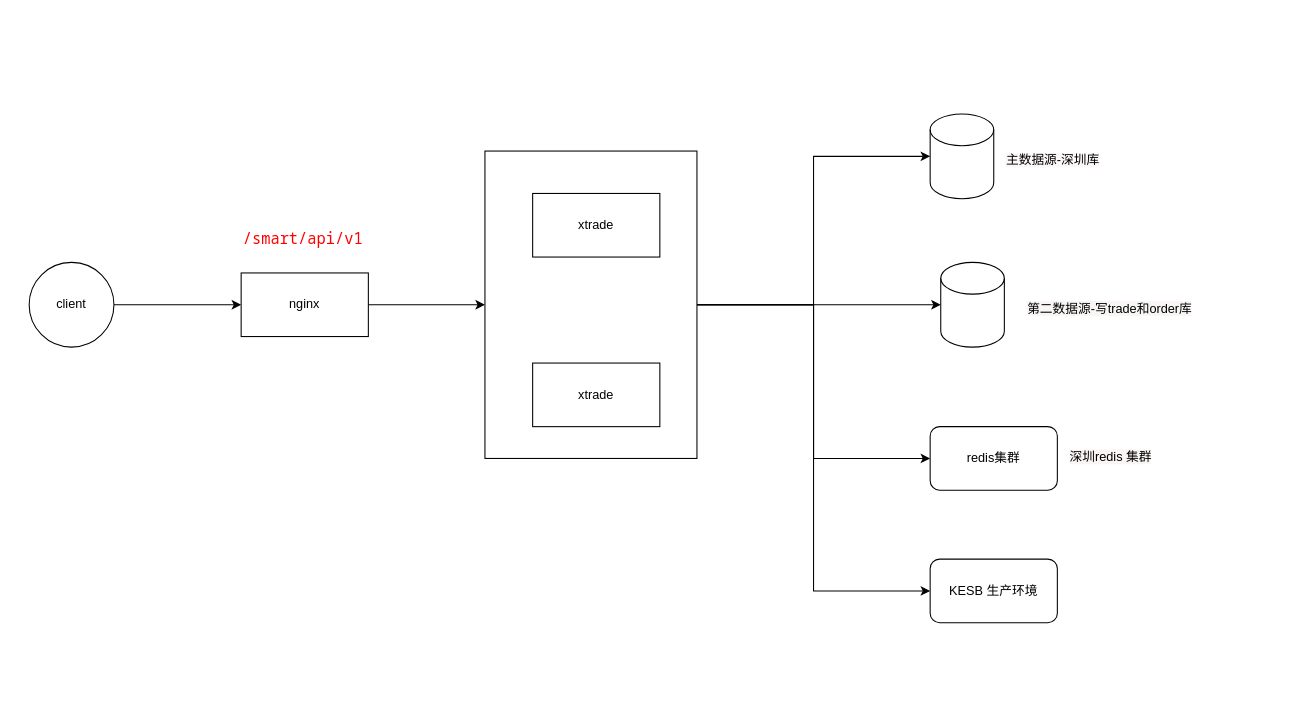
This is xtrade上线.drawio from 89780012/drawio, a draw.io file, before an edit. Source tidied: cells renumbered, new cells numbered last; positions are measured from the earlier drawing's top-left corner, leaving out a move shared by most shapes. Both pictures are drawn from the tidied source at 106%, with x=0, y=0 at pixel (29, 113).
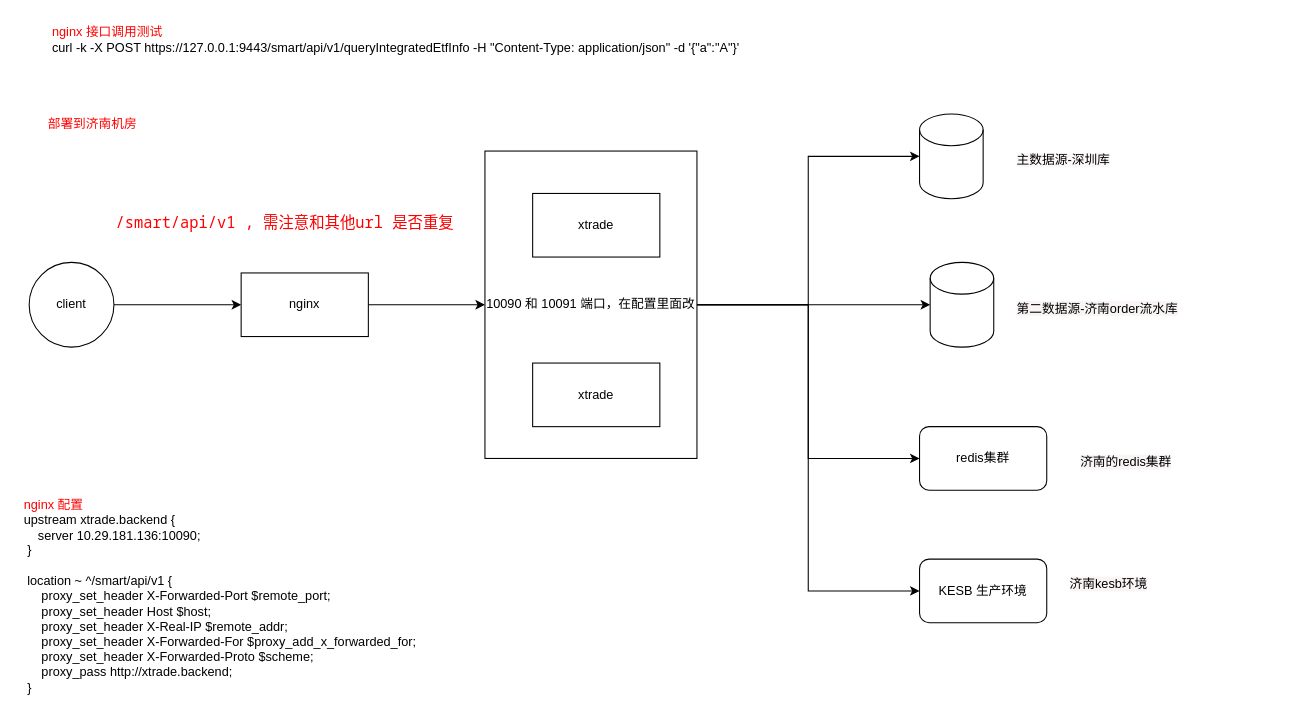
Above is the later version.

Diff of the diagram source:
```diff
@@
-    <mxCell id="10" style="rounded=0;whiteSpace=wrap;html=1;" parent="1" vertex="1">
+    <mxCell id="10" value="10090 和 10091 端口，在配置里面改" style="rounded=0;whiteSpace=wrap;html=1;" parent="1" vertex="1">
       <mxGeometry x="430" y="35" width="200" height="290" as="geometry" />
     </mxCell>
@@
-    <mxCell id="13" value="&lt;div style=&quot;font-family: &amp;quot;Cascadia Code&amp;quot;, &amp;quot;Noto Sans Mono&amp;quot;, &amp;quot;Courier New&amp;quot;, &amp;quot;Noto Sans CJK SC&amp;quot;, 微软雅黑, Consolas, &amp;quot;Courier New&amp;quot;, monospace; font-weight: normal; font-size: 14.5px; line-height: 20px; white-space: pre;&quot;&gt;&lt;div style=&quot;&quot;&gt;&lt;span style=&quot;background-color: light-dark(#ffffff, var(--ge-dark-color, #121212));&quot;&gt;&lt;font style=&quot;color: rgb(255, 0, 0);&quot;&gt;/smart/api/v1&lt;/font&gt;&lt;/span&gt;&lt;/div&gt;&lt;/div&gt;" style="text;whiteSpace=wrap;html=1;" parent="1" vertex="1">
-      <mxGeometry x="200" y="100" width="140" height="40" as="geometry" />
+    <mxCell id="13" value="&lt;div style=&quot;font-family: &amp;quot;Cascadia Code&amp;quot;, &amp;quot;Noto Sans Mono&amp;quot;, &amp;quot;Courier New&amp;quot;, &amp;quot;Noto Sans CJK SC&amp;quot;, 微软雅黑, Consolas, &amp;quot;Courier New&amp;quot;, monospace; font-weight: normal; font-size: 14.5px; line-height: 20px; white-space: pre;&quot;&gt;&lt;div style=&quot;&quot;&gt;&lt;span style=&quot;background-color: light-dark(#ffffff, var(--ge-dark-color, #121212));&quot;&gt;&lt;font style=&quot;color: rgb(255, 0, 0);&quot;&gt;/smart/api/v1 , 需注意和其他url 是否重复&lt;/font&gt;&lt;/span&gt;&lt;/div&gt;&lt;/div&gt;" style="text;whiteSpace=wrap;html=1;" parent="1" vertex="1">
+      <mxGeometry x="80" y="85" width="140" height="40" as="geometry" />
     </mxCell>
     <mxCell id="14" style="shape=cylinder3;whiteSpace=wrap;html=1;boundedLbl=1;backgroundOutline=1;size=15;" parent="1" vertex="1">
-      <mxGeometry x="850" width="60" height="80" as="geometry" />
+      <mxGeometry x="840" width="60" height="80" as="geometry" />
     </mxCell>
     <mxCell id="15" style="shape=cylinder3;whiteSpace=wrap;html=1;boundedLbl=1;backgroundOutline=1;size=15;" parent="1" vertex="1">
-      <mxGeometry x="860" y="140" width="60" height="80" as="geometry" />
+      <mxGeometry x="850" y="140" width="60" height="80" as="geometry" />
     </mxCell>
-    <mxCell id="16" value="&lt;span style=&quot;color: rgb(0, 0, 0); font-family: Helvetica; font-size: 12px; font-style: normal; font-variant-ligatures: normal; font-variant-caps: normal; font-weight: 400; letter-spacing: normal; orphans: 2; text-align: center; text-indent: 0px; text-transform: none; widows: 2; word-spacing: 0px; -webkit-text-stroke-width: 0px; white-space: normal; text-decoration-thickness: initial; text-decoration-style: initial; text-decoration-color: initial; float: none; background-color: light-dark(rgb(249, 245, 245), rgb(34, 34, 34)); display: inline !important;&quot;&gt;第二数据源-写trade和order库&lt;/span&gt;" style="text;whiteSpace=wrap;html=1;" parent="1" vertex="1">
-      <mxGeometry x="940" y="170" width="190" height="40" as="geometry" />
+    <mxCell id="16" value="&lt;span style=&quot;color: rgb(0, 0, 0); font-family: Helvetica; font-size: 12px; font-style: normal; font-variant-ligatures: normal; font-variant-caps: normal; font-weight: 400; letter-spacing: normal; orphans: 2; text-align: center; text-indent: 0px; text-transform: none; widows: 2; word-spacing: 0px; -webkit-text-stroke-width: 0px; white-space: normal; text-decoration-thickness: initial; text-decoration-style: initial; text-decoration-color: initial; float: none; background-color: light-dark(rgb(249, 245, 245), rgb(34, 34, 34)); display: inline !important;&quot;&gt;第二数据源-济南order流水库&lt;/span&gt;" style="text;whiteSpace=wrap;html=1;" parent="1" vertex="1">
+      <mxGeometry x="930" y="170" width="190" height="40" as="geometry" />
     </mxCell>
     <mxCell id="17" value="&lt;span style=&quot;color: rgb(0, 0, 0); font-family: Helvetica; font-size: 12px; font-style: normal; font-variant-ligatures: normal; font-variant-caps: normal; font-weight: 400; letter-spacing: normal; orphans: 2; text-align: center; text-indent: 0px; text-transform: none; widows: 2; word-spacing: 0px; -webkit-text-stroke-width: 0px; white-space: normal; text-decoration-thickness: initial; text-decoration-style: initial; text-decoration-color: initial; float: none; background-color: light-dark(rgb(252, 248, 248), rgb(34, 34, 34)); display: inline !important;&quot;&gt;主数据源-深圳库&lt;/span&gt;" style="text;whiteSpace=wrap;html=1;" parent="1" vertex="1">
-      <mxGeometry x="920" y="30" width="120" height="40" as="geometry" />
+      <mxGeometry x="930" y="30" width="120" height="40" as="geometry" />
     </mxCell>
     <mxCell id="18" value="redis集群" style="rounded=1;whiteSpace=wrap;html=1;" parent="1" vertex="1">
-      <mxGeometry x="850" y="295" width="120" height="60" as="geometry" />
+      <mxGeometry x="840" y="295" width="120" height="60" as="geometry" />
     </mxCell>
-    <mxCell id="19" value="&lt;span style=&quot;color: rgb(0, 0, 0); font-family: Helvetica; font-size: 12px; font-style: normal; font-variant-ligatures: normal; font-variant-caps: normal; font-weight: 400; letter-spacing: normal; orphans: 2; text-align: center; text-indent: 0px; text-transform: none; widows: 2; word-spacing: 0px; -webkit-text-stroke-width: 0px; white-space: normal; text-decoration-thickness: initial; text-decoration-style: initial; text-decoration-color: initial; float: none; background-color: light-dark(rgb(249, 245, 245), rgb(34, 34, 34)); display: inline !important;&quot;&gt;深圳redis 集群&lt;/span&gt;" style="text;whiteSpace=wrap;html=1;" parent="1" vertex="1">
-      <mxGeometry x="980" y="310" width="190" height="40" as="geometry" />
+    <mxCell id="19" value="&lt;span style=&quot;color: rgb(0, 0, 0); font-family: Helvetica; font-size: 12px; font-style: normal; font-variant-ligatures: normal; font-variant-caps: normal; font-weight: 400; letter-spacing: normal; orphans: 2; text-align: center; text-indent: 0px; text-transform: none; widows: 2; word-spacing: 0px; -webkit-text-stroke-width: 0px; white-space: normal; text-decoration-thickness: initial; text-decoration-style: initial; text-decoration-color: initial; float: none; background-color: light-dark(rgb(249, 245, 245), rgb(34, 34, 34)); display: inline !important;&quot;&gt;济南的redis集群&lt;/span&gt;" style="text;whiteSpace=wrap;html=1;" parent="1" vertex="1">
+      <mxGeometry x="990" y="315" width="190" height="40" as="geometry" />
     </mxCell>
     <mxCell id="20" value="KESB 生产环境" style="rounded=1;whiteSpace=wrap;html=1;" parent="1" vertex="1">
-      <mxGeometry x="850" y="420" width="120" height="60" as="geometry" />
+      <mxGeometry x="840" y="420" width="120" height="60" as="geometry" />
     </mxCell>
+    <mxCell id="21" value="&lt;div&gt;&lt;font style=&quot;color: rgb(255, 0, 0);&quot;&gt;nginx 接口调用测试&lt;/font&gt;&lt;/div&gt;&lt;div&gt;curl -k -X POST https://127.0.0.1:9443/smart/api/v1/queryIntegratedEtfInfo -H &quot;Content-Type: application/json&quot; -d '{&quot;a&quot;:&quot;A&quot;}'&lt;/div&gt;" style="text;html=1;align=left;verticalAlign=middle;strokeColor=none;fillColor=none;" parent="1" vertex="1">
+      <mxGeometry x="20" y="-90" width="670" height="40" as="geometry" />
+    </mxCell>
+    <mxCell id="22" value="&lt;div&gt;&lt;font style=&quot;color: rgb(255, 0, 0);&quot;&gt;&amp;nbsp;nginx 配置&lt;/font&gt;&lt;/div&gt;&lt;div&gt;&amp;nbsp;upstream xtrade.backend {&lt;/div&gt;&lt;div&gt;&amp;nbsp; &amp;nbsp; &amp;nbsp;server 10.29.181.136:10090;&lt;/div&gt;&lt;div&gt;&amp;nbsp; }&lt;/div&gt;&lt;div&gt;&amp;nbsp;&lt;/div&gt;&lt;div&gt;&lt;div&gt;&amp;nbsp; location ~ ^/smart/api/v1 {&lt;/div&gt;&lt;div&gt;&amp;nbsp; &amp;nbsp; &amp;nbsp; proxy_set_header X-Forwarded-Port $remote_port;&lt;/div&gt;&lt;div&gt;&amp;nbsp; &amp;nbsp; &amp;nbsp; proxy_set_header Host $host;&lt;/div&gt;&lt;div&gt;&amp;nbsp; &amp;nbsp; &amp;nbsp; proxy_set_header X-Real-IP $remote_addr;&lt;/div&gt;&lt;div&gt;&amp;nbsp; &amp;nbsp; &amp;nbsp; proxy_set_header X-Forwarded-For $proxy_add_x_forwarded_for;&lt;/div&gt;&lt;div&gt;&amp;nbsp; &amp;nbsp; &amp;nbsp; proxy_set_header X-Forwarded-Proto $scheme;&lt;/div&gt;&lt;div&gt;&amp;nbsp; &amp;nbsp; &amp;nbsp; proxy_pass http://xtrade.backend;&lt;/div&gt;&lt;div&gt;&amp;nbsp; }&lt;/div&gt;&lt;/div&gt;" style="text;html=1;align=left;verticalAlign=middle;strokeColor=none;fillColor=none;" parent="1" vertex="1">
+      <mxGeometry x="-10" y="355" width="400" height="200" as="geometry" />
+    </mxCell>
+    <mxCell id="23" value="&lt;font style=&quot;color: rgb(255, 0, 0);&quot;&gt;部署到济南机房&lt;/font&gt;" style="text;html=1;align=center;verticalAlign=middle;whiteSpace=wrap;rounded=0;" parent="1" vertex="1">
+      <mxGeometry x="-10" width="140" height="20" as="geometry" />
+    </mxCell>
+    <mxCell id="24" value="&lt;span style=&quot;color: rgb(0, 0, 0); font-family: Helvetica; font-size: 12px; font-style: normal; font-variant-ligatures: normal; font-variant-caps: normal; font-weight: 400; letter-spacing: normal; orphans: 2; text-align: center; text-indent: 0px; text-transform: none; widows: 2; word-spacing: 0px; -webkit-text-stroke-width: 0px; white-space: normal; text-decoration-thickness: initial; text-decoration-style: initial; text-decoration-color: initial; float: none; background-color: light-dark(rgb(249, 245, 245), rgb(34, 34, 34)); display: inline !important;&quot;&gt;济南kesb环境&lt;/span&gt;" style="text;whiteSpace=wrap;html=1;" parent="1" vertex="1">
+      <mxGeometry x="980" y="430" width="190" height="40" as="geometry" />
+    </mxCell>
```
